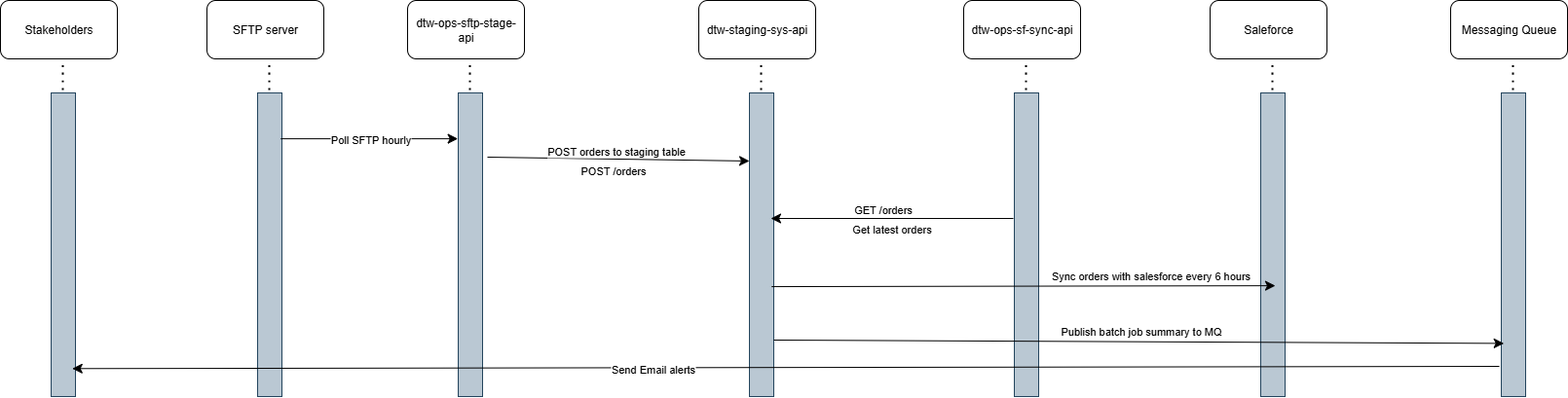
This is dtworldIntegration.png from arnav1417/Architecture-Diagrams, a draw.io export, as it was before one commit. Source tidied: cells renumbered, new cells last; positions are measured from the earlier drawing's top-left corner, leaving out a move shared by most shapes.
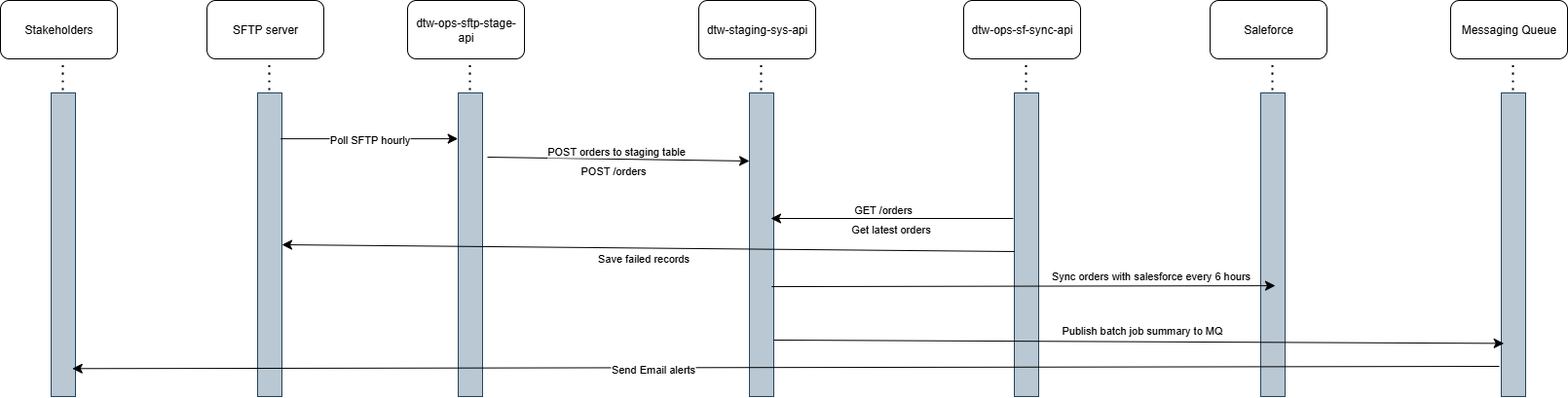
After the commit.

What changed in the source:
```diff
@@ -146,5 +146,15 @@
         <mxPoint x="2" y="-12" as="offset" />
       </mxGeometry>
     </mxCell>
+    <mxCell id="37" style="endArrow=classic;html=1;rounded=0;fontSize=12;startSize=8;endSize=8;curved=1;entryX=1;entryY=0.5;entryDx=0;entryDy=0;" parent="1" edge="1" target="7">
+      <mxGeometry relative="1" as="geometry">
+        <mxPoint x="1041" y="258" as="sourcePoint" />
+      </mxGeometry>
+    </mxCell>
+    <mxCell id="38" value="Save failed records&lt;div&gt;&lt;br&gt;&lt;/div&gt;" style="edgeLabel;html=1;align=center;verticalAlign=middle;" parent="37" vertex="1">
+      <mxGeometry relative="1" as="geometry">
+        <mxPoint x="-6" y="17" as="offset" />
+      </mxGeometry>
+    </mxCell>
   </root>
 </mxGraphModel>
```
